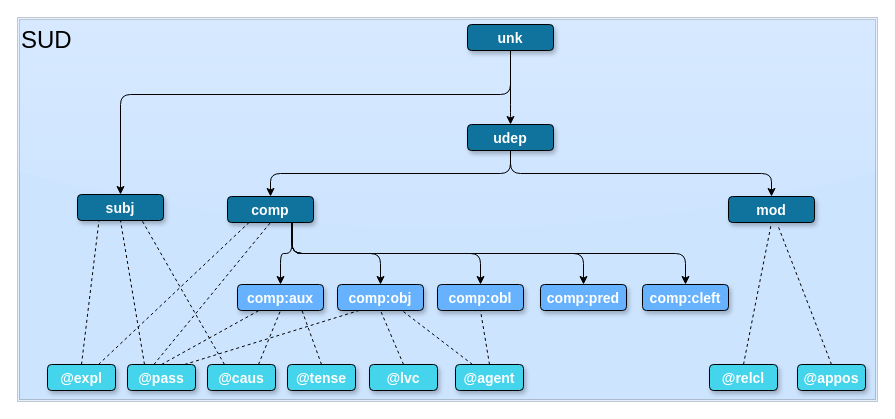
The draw.io diagram quartz/static/images/drawio/SUD_deprel_taxo.drawio in bguil/pebbles, before the edit. Source tidied: cells renumbered, new cells numbered last; positions are measured from the earlier drawing's top-left corner, leaving out a move shared by most shapes. Both pictures are drawn from the tidied source at 100%, with x=0, y=0 at pixel (17, 17).
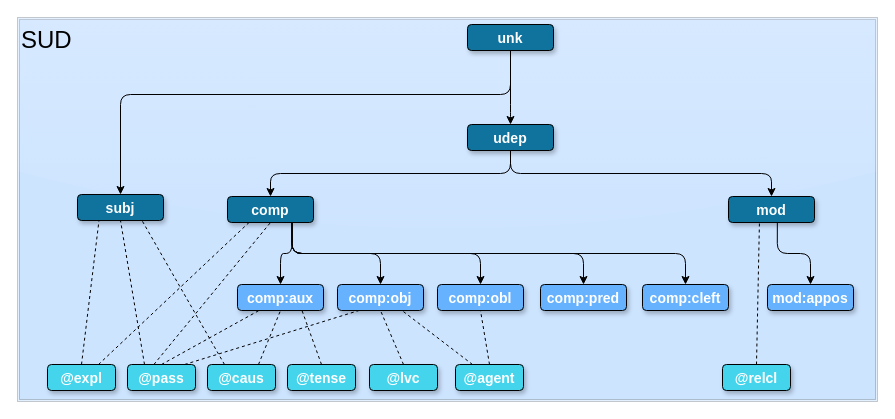
The same page after the edit.

The change refers to these unchanged cells:
```xml
<mxCell id="8" value="mod" style="rounded=1;fillColor=#10739E;strokeColor=#000000;shadow=1;gradientColor=none;fontStyle=1;fontColor=#FFFFFF;fontSize=14;" parent="1" vertex="1">
  <mxGeometry x="711" y="179" width="86" height="26" as="geometry" />
</mxCell>
```

The edit, as a diff of the source:
```diff
@@
+    <mxCell id="44" style="rounded=1;jettySize=auto;html=1;exitX=0.568;exitY=0.907;exitDx=0;exitDy=0;entryX=0.5;entryY=0;entryDx=0;entryDy=0;edgeStyle=orthogonalEdgeStyle;curved=0;exitPerimeter=0;" parent="1" edge="1" source="8" target="45">
+      <mxGeometry relative="1" as="geometry" />
+    </mxCell>
@@
     <mxCell id="30" value="@relcl" style="rounded=1;fillColor=#44D4EB;strokeColor=#000000;shadow=1;gradientColor=none;fontStyle=1;fontColor=#FFFFFF;fontSize=14;" parent="1" vertex="1">
-      <mxGeometry x="692" y="347" width="68" height="26" as="geometry" />
+      <mxGeometry x="705" y="347" width="68" height="26" as="geometry" />
     </mxCell>
-    <mxCell id="31" style="endArrow=none;dashed=1;html=1;entryX=0.5;entryY=1;entryDx=0;entryDy=0;exitX=0.5;exitY=0;exitDx=0;exitDy=0;" parent="1" edge="1" source="30" target="8">
+    <mxCell id="31" style="endArrow=none;dashed=1;html=1;entryX=0.36;entryY=0.949;entryDx=0;entryDy=0;exitX=0.5;exitY=0;exitDx=0;exitDy=0;entryPerimeter=0;" parent="1" edge="1" source="30" target="8">
       <mxGeometry relative="1" as="geometry" />
     </mxCell>
@@
-    <mxCell id="42" value="@appos" style="rounded=1;fillColor=#44D4EB;strokeColor=#000000;shadow=1;gradientColor=none;fontStyle=1;fontColor=#FFFFFF;fontSize=14;" parent="1" vertex="1">
-      <mxGeometry x="780" y="347" width="68" height="26" as="geometry" />
-    </mxCell>
-    <mxCell id="43" style="endArrow=none;dashed=1;html=1;exitX=0.5;exitY=0;exitDx=0;exitDy=0;" parent="1" edge="1" source="42">
-      <mxGeometry relative="1" as="geometry">
-        <mxPoint x="760" y="207" as="targetPoint" />
-      </mxGeometry>
-    </mxCell>
+    <mxCell id="45" value="mod:appos" style="rounded=1;fillColor=#66B2FF;strokeColor=#000000;shadow=1;gradientColor=none;fontStyle=1;fontColor=#FFFFFF;fontSize=14;" parent="1" vertex="1">
+      <mxGeometry x="750" y="267" width="86" height="26" as="geometry" />
+    </mxCell>
```
